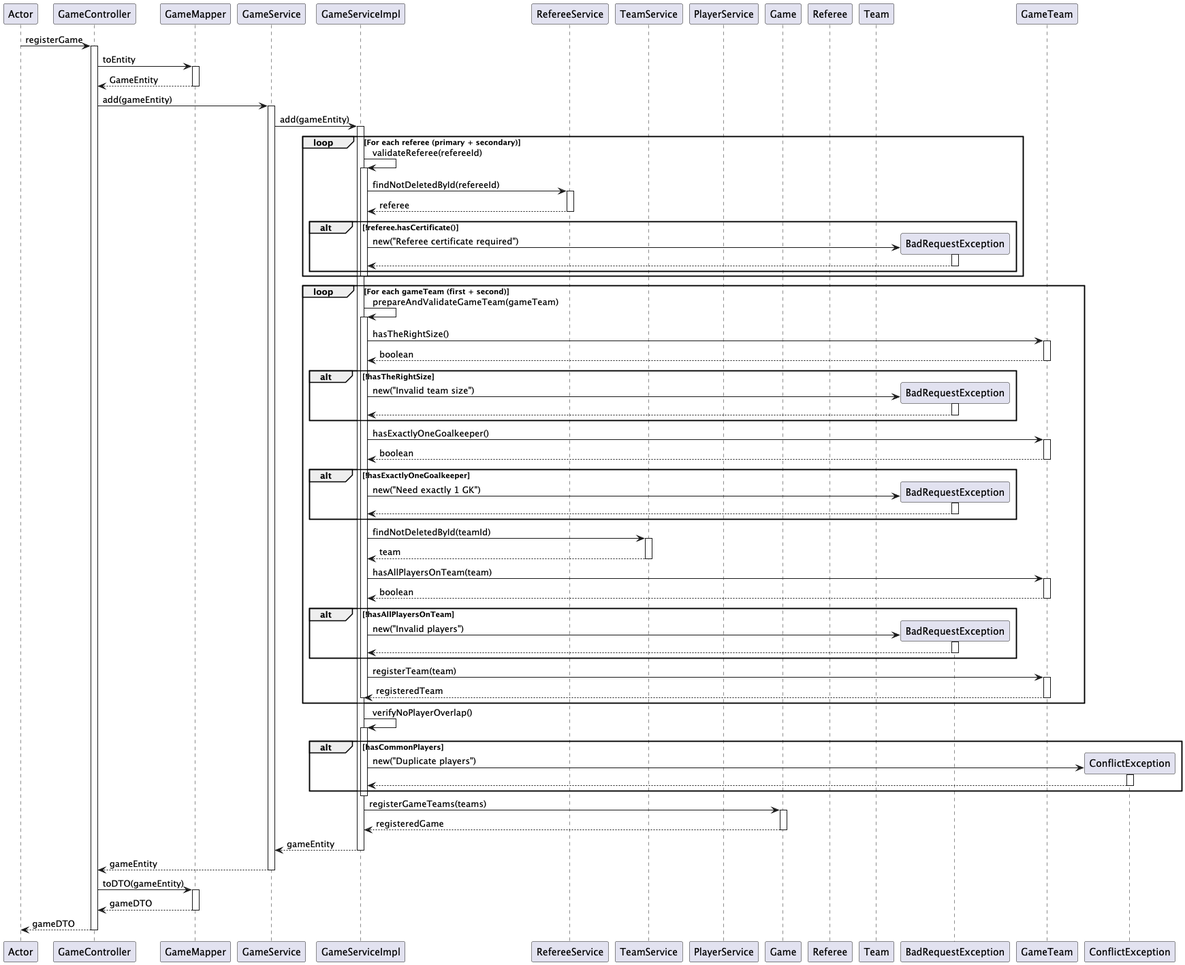
The PlantUML diagram diagrams/SSD_caso_de_uso_H.png in SousaTrashBin/Soccer-Now, before a commit. The source it was exported from:
```plantuml
@startuml
participant Actor
participant GameController
participant GameMapper
participant GameService
participant GameServiceImpl
participant RefereeService
participant TeamService
participant PlayerService
participant Game
participant Referee
participant Team

Actor -> GameController: registerGame
activate GameController

GameController -> GameMapper: toEntity
activate GameMapper
GameMapper --> GameController: GameEntity
deactivate GameMapper

GameController -> GameService: add(gameEntity)
activate GameService

GameService -> GameServiceImpl: add(gameEntity)
activate GameServiceImpl

loop For each referee (primary + secondary)
    GameServiceImpl -> GameServiceImpl: validateReferee(refereeId)
    activate GameServiceImpl

    GameServiceImpl -> RefereeService: findNotDeletedById(refereeId)
    activate RefereeService
    RefereeService --> GameServiceImpl: referee
    deactivate RefereeService

    alt !referee.hasCertificate()
        create BadRequestException
        GameServiceImpl -> BadRequestException: new("Referee certificate required")
        activate BadRequestException
        BadRequestException --> GameServiceImpl
        deactivate BadRequestException
    end

    deactivate GameServiceImpl
end

loop For each gameTeam (first + second)
    GameServiceImpl -> GameServiceImpl: prepareAndValidateGameTeam(gameTeam)
    activate GameServiceImpl

    GameServiceImpl -> GameTeam: hasTheRightSize()
    activate GameTeam
    GameTeam --> GameServiceImpl: boolean
    deactivate GameTeam

    alt !hasTheRightSize
        create BadRequestException
        GameServiceImpl -> BadRequestException: new("Invalid team size")
        activate BadRequestException
        BadRequestException --> GameServiceImpl
        deactivate BadRequestException
    end

    GameServiceImpl -> GameTeam: hasExactlyOneGoalkeeper()
    activate GameTeam
    GameTeam --> GameServiceImpl: boolean
    deactivate GameTeam

    alt !hasExactlyOneGoalkeeper
        create BadRequestException
        GameServiceImpl -> BadRequestException: new("Need exactly 1 GK")
        activate BadRequestException
        BadRequestException --> GameServiceImpl
        deactivate BadRequestException
    end

    GameServiceImpl -> TeamService: findNotDeletedById(teamId)
    activate TeamService
    TeamService --> GameServiceImpl: team
    deactivate TeamService

    GameServiceImpl -> GameTeam: hasAllPlayersOnTeam(team)
    activate GameTeam
    GameTeam --> GameServiceImpl: boolean
    deactivate GameTeam

    alt !hasAllPlayersOnTeam
        create BadRequestException
        GameServiceImpl -> BadRequestException: new("Invalid players")
        activate BadRequestException
        BadRequestException --> GameServiceImpl
        deactivate BadRequestException
    end

    GameServiceImpl -> GameTeam: registerTeam(team)
    activate GameTeam
    GameTeam --> GameServiceImpl: registeredTeam
    deactivate GameTeam

    deactivate GameServiceImpl
end

GameServiceImpl -> GameServiceImpl: verifyNoPlayerOverlap()
activate GameServiceImpl

alt hasCommonPlayers
    create ConflictException
    GameServiceImpl -> ConflictException: new("Duplicate players")
    activate ConflictException
    ConflictException --> GameServiceImpl
    deactivate ConflictException
end

deactivate GameServiceImpl

GameServiceImpl -> Game: registerGameTeams(teams)
activate Game
Game --> GameServiceImpl: registeredGame
deactivate Game

GameServiceImpl --> GameService: gameEntity
deactivate GameServiceImpl

GameService --> GameController: gameEntity
deactivate GameService

GameController -> GameMapper: toDTO(gameEntity)
activate GameMapper
GameMapper --> GameController: gameDTO
deactivate GameMapper

GameController --> Actor: gameDTO
deactivate GameController

@enduml
```
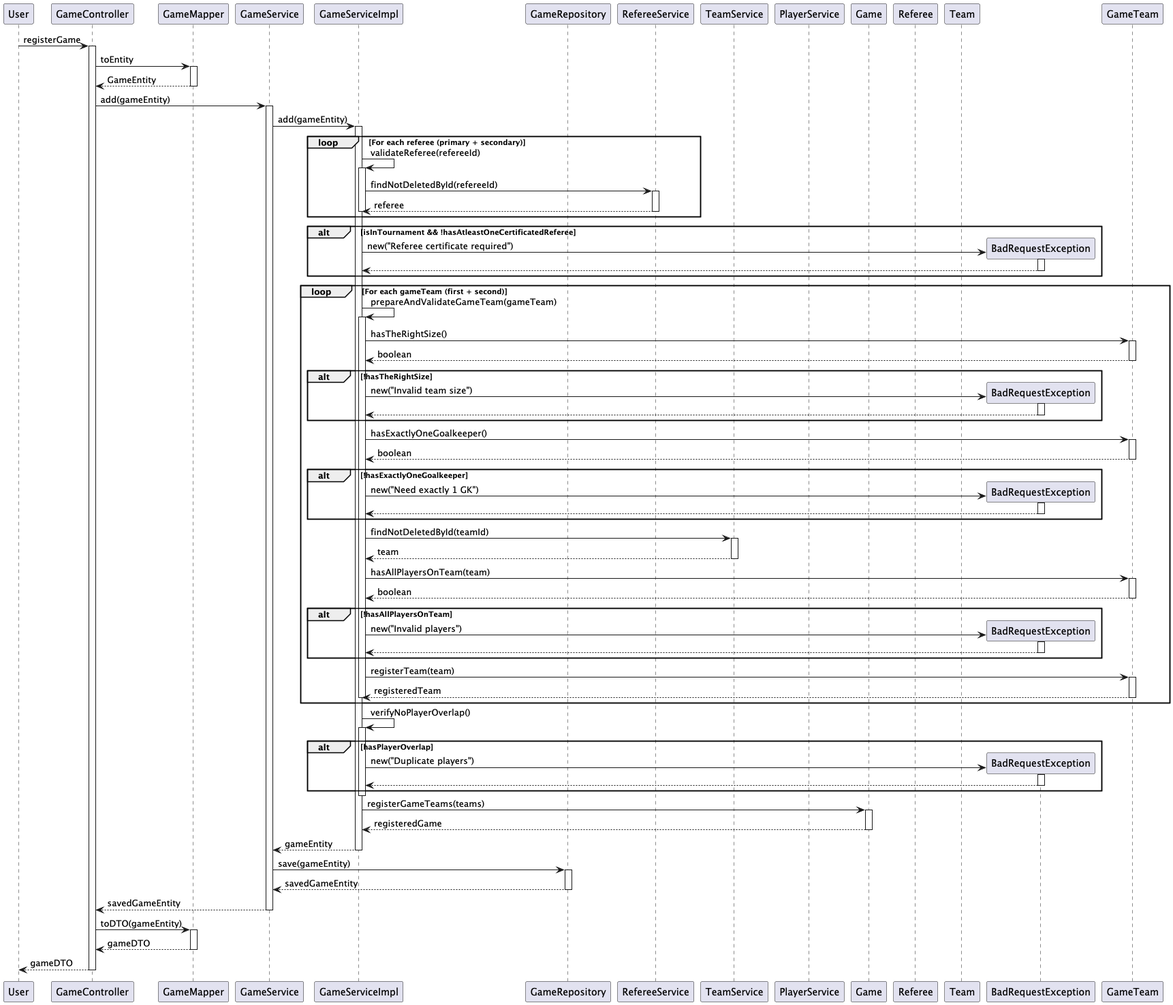
Above is the later version.

Diff of the diagram source:
```diff
@@ -1,9 +1,10 @@
 @startuml
-participant Actor
+participant User
 participant GameController
 participant GameMapper
 participant GameService
 participant GameServiceImpl
+participant GameRepository
 participant RefereeService
 participant TeamService
 participant PlayerService
@@ -11,7 +12,7 @@
 participant Referee
 participant Team
 
-Actor -> GameController: registerGame
+User -> GameController: registerGame
 activate GameController
 
 GameController -> GameMapper: toEntity
@@ -34,15 +35,15 @@
     RefereeService --> GameServiceImpl: referee
     deactivate RefereeService
 
-    alt !referee.hasCertificate()
+    deactivate GameServiceImpl
+end
+
+alt isInTournament && !hasAtleastOneCertificatedReferee
         create BadRequestException
         GameServiceImpl -> BadRequestException: new("Referee certificate required")
         activate BadRequestException
         BadRequestException --> GameServiceImpl
         deactivate BadRequestException
-    end
-
-    deactivate GameServiceImpl
 end
 
 loop For each gameTeam (first + second)
@@ -104,12 +105,12 @@
 GameServiceImpl -> GameServiceImpl: verifyNoPlayerOverlap()
 activate GameServiceImpl
 
-alt hasCommonPlayers
-    create ConflictException
-    GameServiceImpl -> ConflictException: new("Duplicate players")
-    activate ConflictException
-    ConflictException --> GameServiceImpl
-    deactivate ConflictException
+alt hasPlayerOverlap
+    create BadRequestException
+    GameServiceImpl -> BadRequestException: new("Duplicate players")
+    activate BadRequestException
+    BadRequestException --> GameServiceImpl
+    deactivate BadRequestException
 end
 
 deactivate GameServiceImpl
@@ -122,7 +123,11 @@
 GameServiceImpl --> GameService: gameEntity
 deactivate GameServiceImpl
 
-GameService --> GameController: gameEntity
+GameService -> GameRepository : save(gameEntity)
+activate GameRepository
+GameRepository --> GameService : savedGameEntity
+deactivate GameRepository
+GameService --> GameController: savedGameEntity
 deactivate GameService
 
 GameController -> GameMapper: toDTO(gameEntity)
@@ -130,7 +135,7 @@
 GameMapper --> GameController: gameDTO
 deactivate GameMapper
 
-GameController --> Actor: gameDTO
+GameController --> User: gameDTO
 deactivate GameController
 
 @enduml
```
